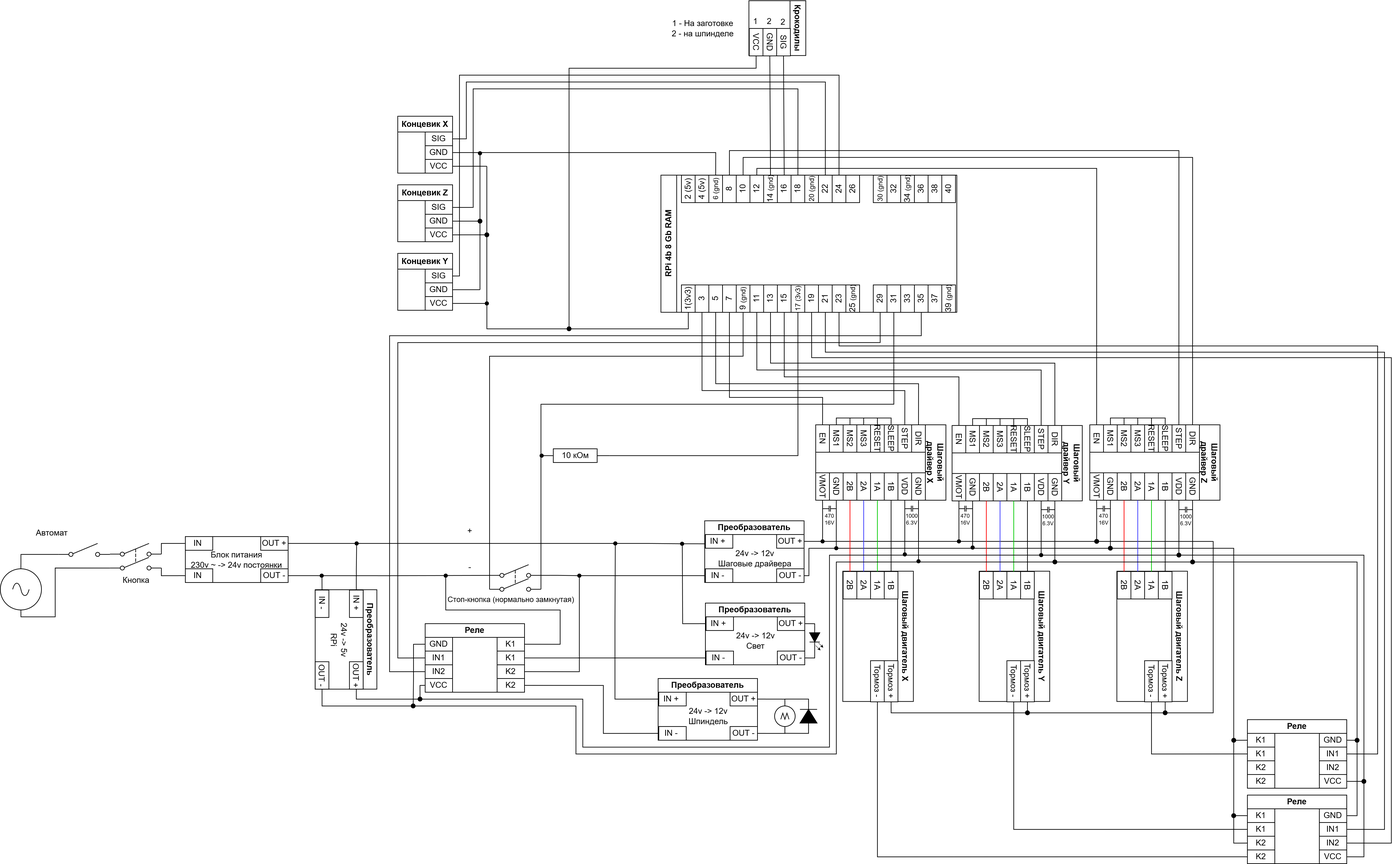
Above: электрическая схема.drawio.png in K0Jl0vrat1238/creator-of-electrical-circuit-boards (draw.io), before the change. Source tidied: cells renumbered, new cells last; positions are measured from the earlier drawing's top-left corner, leaving out a move shared by most shapes.
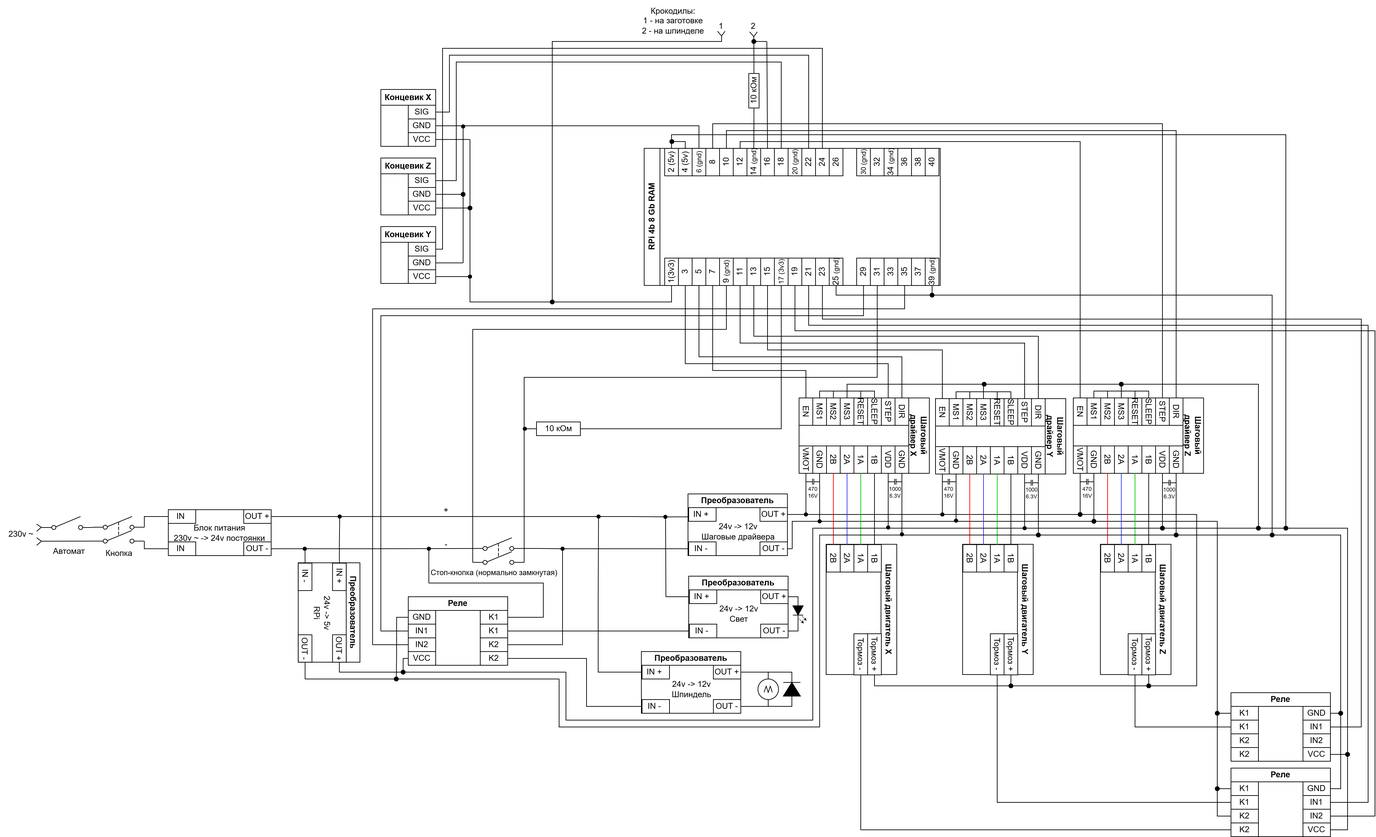
Above is the later version.

The edit, as a diff of the source:
```diff
@@ -37,6 +37,11 @@
     <mxCell id="12" value="3" style="rounded=0;whiteSpace=wrap;html=1;rotation=-90;" parent="9" vertex="1">
       <mxGeometry x="-76" y="286" width="40" height="20" as="geometry" />
     </mxCell>
+    <mxCell id="363" style="edgeStyle=orthogonalEdgeStyle;html=1;exitX=1;exitY=0.5;exitDx=0;exitDy=0;rounded=0;curved=0;endArrow=oval;endFill=1;" parent="9" edge="1" source="13">
+      <mxGeometry relative="1" as="geometry">
+        <mxPoint x="-76.1" y="106.1" as="targetPoint" />
+      </mxGeometry>
+    </mxCell>
     <mxCell id="13" value="4 (5v)" style="rounded=0;whiteSpace=wrap;html=1;rotation=-90;" parent="9" vertex="1">
       <mxGeometry x="-76" y="126" width="40" height="20" as="geometry" />
     </mxCell>
@@ -136,6 +141,11 @@
     <mxCell id="45" value="38" style="rounded=0;whiteSpace=wrap;html=1;rotation=-90;" parent="9" vertex="1">
       <mxGeometry x="264" y="126" width="40" height="20" as="geometry" />
     </mxCell>
+    <mxCell id="364" style="edgeStyle=none;html=1;exitX=0;exitY=0.5;exitDx=0;exitDy=0;endArrow=oval;endFill=1;" parent="9" edge="1" source="46">
+      <mxGeometry relative="1" as="geometry">
+        <mxPoint x="304" y="330" as="targetPoint" />
+      </mxGeometry>
+    </mxCell>
     <mxCell id="46" value="39&amp;nbsp;&lt;span style=&quot;font-size: 10px;&quot;&gt;(gnd)&lt;/span&gt;" style="rounded=0;whiteSpace=wrap;html=1;rotation=-90;" parent="9" vertex="1">
       <mxGeometry x="284" y="286" width="40" height="20" as="geometry" />
     </mxCell>
@@ -175,12 +185,6 @@
     <mxCell id="58" style="verticalLabelPosition=bottom;shadow=0;dashed=0;align=center;html=1;verticalAlign=top;shape=mxgraph.electrical.capacitors.capacitor_1;" parent="57" vertex="1">
       <mxGeometry y="1.4" width="20" height="8.6" as="geometry" />
     </mxCell>
-    <mxCell id="59" style="edgeStyle=orthogonalEdgeStyle;rounded=0;jettySize=auto;html=1;exitX=0.5;exitY=0;exitDx=0;exitDy=0;exitPerimeter=0;endArrow=none;endFill=0;entryX=0;entryY=0.8;entryDx=0;entryDy=0;" parent="1" edge="1" source="60" target="64">
-      <mxGeometry relative="1" as="geometry" />
-    </mxCell>
-    <mxCell id="60" style="verticalLabelPosition=bottom;shadow=0;dashed=0;align=center;html=1;verticalAlign=top;shape=mxgraph.electrical.signal_sources.source;points=[[0.5,0,0],[1,0.5,0],[0.5,1,0],[0,0.5,0]];elSignalType=ac;" parent="1" vertex="1">
-      <mxGeometry y="830" width="60" height="60" as="geometry" />
-    </mxCell>
     <mxCell id="61" style="edgeStyle=orthogonalEdgeStyle;rounded=0;jettySize=auto;html=1;exitX=1;exitY=0.4;exitDx=0;exitDy=0;entryX=1;entryY=0.5;entryDx=0;entryDy=0;endArrow=none;endFill=0;" parent="1" edge="1" source="62" target="66">
       <mxGeometry relative="1" as="geometry">
         <Array as="points">
@@ -192,7 +196,7 @@
       <mxGeometry x="160" y="793" width="75" height="39" as="geometry" />
     </mxCell>
     <mxCell id="63" value="Автомат" style="text;html=1;align=center;verticalAlign=middle;strokeColor=none;fillColor=none;" parent="1" vertex="1">
-      <mxGeometry x="40" y="763" width="70" height="30" as="geometry" />
+      <mxGeometry x="90" y="828.5" width="70" height="30" as="geometry" />
     </mxCell>
     <mxCell id="64" style="html=1;shape=mxgraph.electrical.electro-mechanical.singleSwitch;elSwitchState=off;" parent="1" vertex="1">
       <mxGeometry x="85" y="793" width="75" height="20" as="geometry" />
@@ -419,10 +423,10 @@
       </mxGeometry>
     </mxCell>
     <mxCell id="123" value="+" style="text;html=1;align=center;verticalAlign=middle;strokeColor=none;fillColor=none;" parent="1" vertex="1">
-      <mxGeometry x="670" y="760" width="30" height="30" as="geometry" />
+      <mxGeometry x="660" y="769" width="30" height="30" as="geometry" />
     </mxCell>
     <mxCell id="124" value="-" style="text;html=1;align=center;verticalAlign=middle;strokeColor=none;fillColor=none;" parent="1" vertex="1">
-      <mxGeometry x="670" y="813" width="30" height="30" as="geometry" />
+      <mxGeometry x="660" y="819" width="30" height="30" as="geometry" />
     </mxCell>
     <mxCell id="125" style="edgeStyle=orthogonalEdgeStyle;rounded=0;jettySize=auto;html=1;exitX=0;exitY=0.5;exitDx=0;exitDy=0;endArrow=none;endFill=0;entryX=0;entryY=0.5;entryDx=0;entryDy=0;" parent="1" edge="1" source="87" target="110">
       <mxGeometry relative="1" as="geometry" />
@@ -990,13 +994,9 @@
     <mxCell id="275" style="edgeStyle=orthogonalEdgeStyle;rounded=0;jettySize=auto;html=1;exitX=1;exitY=0.5;exitDx=0;exitDy=0;entryX=1;entryY=0.5;entryDx=0;entryDy=0;endArrow=none;endFill=0;" parent="1" edge="1" source="267" target="56">
       <mxGeometry relative="1" as="geometry" />
     </mxCell>
-    <mxCell id="276" style="edgeStyle=orthogonalEdgeStyle;rounded=0;jettySize=auto;html=1;exitX=0;exitY=0.92;exitDx=0;exitDy=0;entryX=0.5;entryY=1;entryDx=0;entryDy=0;entryPerimeter=0;endArrow=none;endFill=0;" parent="1" edge="1" source="62" target="60">
+    <mxCell id="276" style="rounded=0;jettySize=auto;html=1;exitX=0;exitY=0.92;exitDx=0;exitDy=0;endArrow=none;endFill=0;" parent="1" edge="1" source="62">
       <mxGeometry relative="1" as="geometry">
-        <Array as="points">
-          <mxPoint x="80" y="829" />
-          <mxPoint x="80" y="900" />
-          <mxPoint x="30" y="900" />
-        </Array>
+        <mxPoint x="85" y="829" as="targetPoint" />
       </mxGeometry>
     </mxCell>
     <mxCell id="277" value="Концевик X" style="swimlane;whiteSpace=wrap;html=1;rotation=0;direction=east;" parent="1" vertex="1">
@@ -1286,47 +1286,16 @@
         </Array>
       </mxGeometry>
     </mxCell>
-    <mxCell id="340" value="Крокодилы" style="swimlane;whiteSpace=wrap;html=1;rotation=90;direction=east;" parent="1" vertex="1">
-      <mxGeometry x="1094" width="80" height="83" as="geometry" />
-    </mxCell>
-    <mxCell id="341" style="group;rotation=90;" parent="340" vertex="1">
-      <mxGeometry x="9" y="52" width="40" height="60" as="geometry" />
-    </mxCell>
-    <mxCell id="342" value="GND" style="rounded=0;whiteSpace=wrap;html=1;rotation=-180;direction=south;horizontal=0;" parent="341" vertex="1">
-      <mxGeometry x="10" y="-10" width="20" height="40" as="geometry" />
-    </mxCell>
-    <mxCell id="343" style="edgeStyle=none;html=1;exitX=0;exitY=0.5;exitDx=0;exitDy=0;rounded=0;curved=0;endArrow=oval;endFill=1;" parent="341" edge="1" source="344">
-      <mxGeometry relative="1" as="geometry">
-        <mxPoint x="-273" y="428" as="targetPoint" />
-        <Array as="points">
-          <mxPoint y="48" />
-          <mxPoint x="-273" y="48" />
-        </Array>
-      </mxGeometry>
-    </mxCell>
-    <mxCell id="344" value="VCC" style="rounded=0;whiteSpace=wrap;html=1;rotation=-180;direction=south;horizontal=0;" parent="341" vertex="1">
-      <mxGeometry x="-10" y="-10" width="20" height="40" as="geometry" />
-    </mxCell>
-    <mxCell id="345" value="SIG" style="rounded=0;whiteSpace=wrap;html=1;rotation=-180;direction=south;horizontal=0;" parent="341" vertex="1">
-      <mxGeometry x="30" y="-10" width="20" height="40" as="geometry" />
-    </mxCell>
-    <mxCell id="346" style="edgeStyle=none;html=1;exitX=0;exitY=0.5;exitDx=0;exitDy=0;entryX=1;entryY=0.5;entryDx=0;entryDy=0;endArrow=none;endFill=0;" parent="1" edge="1" source="342" target="23">
+    <mxCell id="346" style="edgeStyle=none;html=1;entryX=1;entryY=0.5;entryDx=0;entryDy=0;endArrow=none;endFill=0;exitX=0;exitY=0.5;exitDx=0;exitDy=0;exitPerimeter=0;" parent="1" edge="1" source="376" target="23">
       <mxGeometry relative="1" as="geometry" />
     </mxCell>
-    <mxCell id="347" style="edgeStyle=none;html=1;exitX=0;exitY=0.5;exitDx=0;exitDy=0;entryX=1;entryY=0.5;entryDx=0;entryDy=0;endArrow=none;endFill=0;" parent="1" edge="1" source="345" target="25">
-      <mxGeometry relative="1" as="geometry" />
+    <mxCell id="347" style="edgeStyle=none;html=1;entryX=1;entryY=0.5;entryDx=0;entryDy=0;endArrow=none;endFill=0;" parent="1" edge="1" target="25">
+      <mxGeometry relative="1" as="geometry">
+        <mxPoint x="1143" y="100" as="sourcePoint" />
+      </mxGeometry>
     </mxCell>
-    <mxCell id="348" value="1" style="text;html=1;align=center;verticalAlign=middle;strokeColor=none;fillColor=none;" parent="1" vertex="1">
-      <mxGeometry x="1087" y="17" width="30" height="30" as="geometry" />
-    </mxCell>
-    <mxCell id="349" value="2" style="text;html=1;align=center;verticalAlign=middle;strokeColor=none;fillColor=none;" parent="1" vertex="1">
-      <mxGeometry x="1107" y="17" width="30" height="30" as="geometry" />
-    </mxCell>
-    <mxCell id="350" value="2" style="text;html=1;align=center;verticalAlign=middle;strokeColor=none;fillColor=none;" parent="1" vertex="1">
-      <mxGeometry x="1127" y="18" width="30" height="30" as="geometry" />
-    </mxCell>
-    <mxCell id="351" value="&lt;div&gt;1 - На заготовке&lt;/div&gt;2 - на шпинделе" style="text;html=1;align=center;verticalAlign=middle;strokeColor=none;fillColor=none;" parent="1" vertex="1">
-      <mxGeometry x="970" y="21.5" width="110" height="40" as="geometry" />
+    <mxCell id="351" value="&lt;div&gt;Крокодилы:&lt;/div&gt;&lt;div&gt;1 - на заготовке&lt;/div&gt;2 - на шпинделе" style="text;html=1;align=center;verticalAlign=middle;strokeColor=none;fillColor=none;" parent="1" vertex="1">
+      <mxGeometry x="951" y="40" width="110" height="60" as="geometry" />
     </mxCell>
     <mxCell id="352" style="edgeStyle=orthogonalEdgeStyle;html=1;exitX=1;exitY=0.5;exitDx=0;exitDy=0;entryX=0;entryY=0.5;entryDx=0;entryDy=0;rounded=0;curved=0;endArrow=none;endFill=0;" parent="1" edge="1" source="119" target="42">
       <mxGeometry relative="1" as="geometry">
@@ -1390,5 +1359,138 @@
     <mxCell id="362" style="edgeStyle=none;html=1;exitX=1;exitY=0.92;exitDx=0;exitDy=0;entryX=0;entryY=0.5;entryDx=0;entryDy=0;entryPerimeter=0;endArrow=none;endFill=0;" parent="1" edge="1" source="103" target="357">
       <mxGeometry relative="1" as="geometry" />
     </mxCell>
+    <mxCell id="365" style="edgeStyle=none;orthogonalLoop=1;jettySize=auto;html=1;endArrow=none;endFill=0;startArrow=oval;startFill=1;rounded=0;curved=0;" parent="1" edge="1">
+      <mxGeometry relative="1" as="geometry">
+        <mxPoint x="1860" y="810" as="sourcePoint" />
+        <mxPoint x="1660" y="610" as="targetPoint" />
+        <Array as="points">
+          <mxPoint x="1860" y="600" />
+          <mxPoint x="1660" y="600" />
+        </Array>
+      </mxGeometry>
+    </mxCell>
+    <mxCell id="366" style="edgeStyle=none;orthogonalLoop=1;jettySize=auto;html=1;rounded=0;curved=0;startArrow=oval;startFill=1;endArrow=none;endFill=0;" parent="1" edge="1">
+      <mxGeometry relative="1" as="geometry">
+        <mxPoint x="1660" y="600" as="sourcePoint" />
+        <mxPoint x="1459" y="611" as="targetPoint" />
+        <Array as="points">
+          <mxPoint x="1459" y="600" />
+        </Array>
+      </mxGeometry>
+    </mxCell>
+    <mxCell id="367" style="edgeStyle=none;orthogonalLoop=1;jettySize=auto;html=1;rounded=0;curved=0;startArrow=oval;startFill=1;endArrow=none;endFill=0;" parent="1" edge="1">
+      <mxGeometry relative="1" as="geometry">
+        <mxPoint x="1460" y="600" as="sourcePoint" />
+        <mxPoint x="1260" y="611" as="targetPoint" />
+        <Array as="points">
+          <mxPoint x="1260" y="600" />
+        </Array>
+      </mxGeometry>
+    </mxCell>
+    <mxCell id="368" style="endArrow=none;html=1;" parent="1" edge="1">
+      <mxGeometry relative="1" as="geometry">
+        <mxPoint x="78" y="835" as="sourcePoint" />
+        <mxPoint x="85" y="829" as="targetPoint" />
+      </mxGeometry>
+    </mxCell>
+    <mxCell id="369" style="endArrow=none;html=1;" parent="1" edge="1">
+      <mxGeometry relative="1" as="geometry">
+        <mxPoint x="78" y="824" as="sourcePoint" />
+        <mxPoint x="85" y="829" as="targetPoint" />
+      </mxGeometry>
+    </mxCell>
+    <mxCell id="370" style="endArrow=none;html=1;" parent="1" edge="1">
+      <mxGeometry relative="1" as="geometry">
+        <mxPoint x="78" y="814.5" as="sourcePoint" />
+        <mxPoint x="85" y="808.5" as="targetPoint" />
+      </mxGeometry>
+    </mxCell>
+    <mxCell id="371" style="endArrow=none;html=1;" parent="1" edge="1">
+      <mxGeometry relative="1" as="geometry">
+        <mxPoint x="78" y="804" as="sourcePoint" />
+        <mxPoint x="85" y="809" as="targetPoint" />
+      </mxGeometry>
+    </mxCell>
+    <mxCell id="372" value="230v ~" style="text;html=1;align=center;verticalAlign=middle;strokeColor=none;fillColor=none;" parent="1" vertex="1">
+      <mxGeometry x="25" y="804" width="60" height="30" as="geometry" />
+    </mxCell>
+    <mxCell id="373" style="edgeStyle=orthogonalEdgeStyle;jettySize=auto;html=1;rounded=0;curved=0;entryX=1;entryY=0.5;entryDx=0;entryDy=0;startArrow=oval;startFill=1;endArrow=none;endFill=0;" parent="1" edge="1" target="11">
+      <mxGeometry relative="1" as="geometry">
+        <mxPoint x="1900" y="810" as="sourcePoint" />
+        <Array as="points">
+          <mxPoint x="1900" y="236" />
+          <mxPoint x="1004" y="236" />
+        </Array>
+      </mxGeometry>
+    </mxCell>
+    <mxCell id="374" style="edgeStyle=orthogonalEdgeStyle;jettySize=auto;html=1;entryX=0;entryY=0.5;entryDx=0;entryDy=0;rounded=0;curved=0;endArrow=none;endFill=0;startArrow=oval;startFill=1;" parent="1" edge="1" target="34">
+      <mxGeometry relative="1" as="geometry">
+        <mxPoint x="1880" y="820" as="sourcePoint" />
+        <Array as="points">
+          <mxPoint x="1880" y="470" />
+          <mxPoint x="1244" y="470" />
+        </Array>
+      </mxGeometry>
+    </mxCell>
+    <mxCell id="375" style="group;rotation=-90;" parent="1" vertex="1">
+      <mxGeometry x="1090" y="170" width="78.8" height="22.5" as="geometry" />
+    </mxCell>
+    <mxCell id="376" style="verticalLabelPosition=bottom;shadow=0;dashed=0;align=center;html=1;verticalAlign=top;shape=mxgraph.electrical.resistors.resistor_1;rotation=-90;" parent="375" vertex="1">
+      <mxGeometry x="-5.2" y="-5.6" width="78.8" height="15" as="geometry" />
+    </mxCell>
+    <mxCell id="377" value="10 кОм" style="text;html=1;align=center;verticalAlign=middle;strokeColor=none;fillColor=none;rotation=-90;" parent="375" vertex="1">
+      <mxGeometry x="4.2" y="-13.1" width="60" height="30" as="geometry" />
+    </mxCell>
+    <mxCell id="348" value="1" style="text;html=1;align=center;verticalAlign=middle;strokeColor=none;fillColor=none;" parent="1" vertex="1">
+      <mxGeometry x="1061" y="63" width="30" height="30" as="geometry" />
+    </mxCell>
+    <mxCell id="378" style="endArrow=none;html=1;" parent="1" edge="1">
+      <mxGeometry relative="1" as="geometry">
+        <mxPoint x="1071" y="85" as="sourcePoint" />
+        <mxPoint x="1077" y="92" as="targetPoint" />
+      </mxGeometry>
+    </mxCell>
+    <mxCell id="379" style="endArrow=none;html=1;" parent="1" edge="1">
+      <mxGeometry relative="1" as="geometry">
+        <mxPoint x="1082" y="85" as="sourcePoint" />
+        <mxPoint x="1077" y="92" as="targetPoint" />
+      </mxGeometry>
+    </mxCell>
+    <mxCell id="343" style="edgeStyle=none;html=1;rounded=0;curved=0;endArrow=oval;endFill=1;" parent="1" edge="1">
+      <mxGeometry relative="1" as="geometry">
+        <mxPoint x="1077" y="92" as="sourcePoint" />
+        <mxPoint x="830" y="480" as="targetPoint" />
+        <Array as="points">
+          <mxPoint x="1077" y="100" />
+          <mxPoint x="830" y="100" />
+        </Array>
+      </mxGeometry>
+    </mxCell>
+    <mxCell id="380" style="edgeStyle=none;jettySize=auto;html=1;endArrow=none;endFill=0;entryX=1;entryY=0.5;entryDx=0;entryDy=0;entryPerimeter=0;" parent="1" edge="1" target="376">
+      <mxGeometry relative="1" as="geometry">
+        <mxPoint x="1124" y="93" as="sourcePoint" />
+      </mxGeometry>
+    </mxCell>
+    <mxCell id="381" style="endArrow=none;html=1;startArrow=oval;startFill=1;" parent="1" edge="1">
+      <mxGeometry relative="1" as="geometry">
+        <mxPoint x="1124" y="100" as="sourcePoint" />
+        <mxPoint x="1143" y="100" as="targetPoint" />
+      </mxGeometry>
+    </mxCell>
+    <mxCell id="382" value="2" style="text;html=1;align=center;verticalAlign=middle;strokeColor=none;fillColor=none;" parent="1" vertex="1">
+      <mxGeometry x="1108" y="63" width="30" height="30" as="geometry" />
+    </mxCell>
+    <mxCell id="383" style="endArrow=none;html=1;" parent="1" edge="1">
+      <mxGeometry relative="1" as="geometry">
+        <mxPoint x="1118" y="86" as="sourcePoint" />
+        <mxPoint x="1124" y="93" as="targetPoint" />
+      </mxGeometry>
+    </mxCell>
+    <mxCell id="384" style="endArrow=none;html=1;" parent="1" edge="1">
+      <mxGeometry relative="1" as="geometry">
+        <mxPoint x="1129" y="86" as="sourcePoint" />
+        <mxPoint x="1124" y="93" as="targetPoint" />
+      </mxGeometry>
+    </mxCell>
   </root>
 </mxGraphModel>
```
